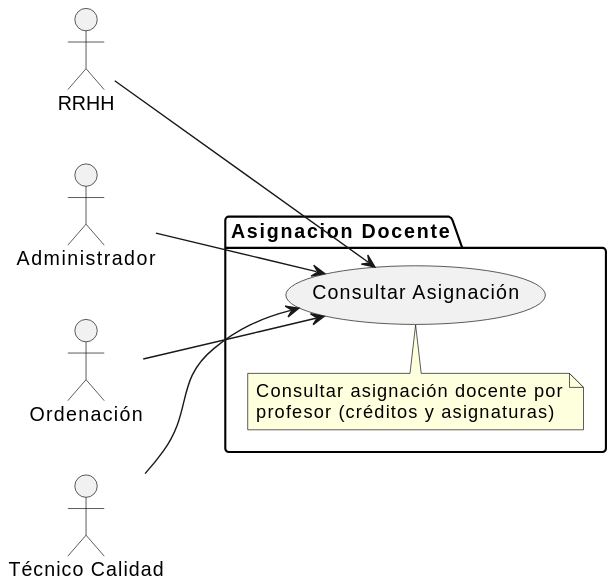
This is images/modelosUML/CdU/Individuales/ConsultarProfesor.svg from mmasias/24-25-IdSw1-SDR, a PlantUML export, as it was before one commit. Its diagram source:
```plantuml
@startuml
left to right direction

actor "RRHH" as rrhh
actor "Administrador" as admin
actor "Ordenación" as ord
actor "Técnico Calidad" as tec

package "Asignacion Docente" as porProfPackage {
    usecase "Consultar Asignación" as consProf
    note top of consProf
        Consultar asignación docente por
        profesor (créditos y asignaturas)
    end note
}

rrhh --> consProf
admin --> consProf
ord --> consProf
tec --> consProf
@enduml
```
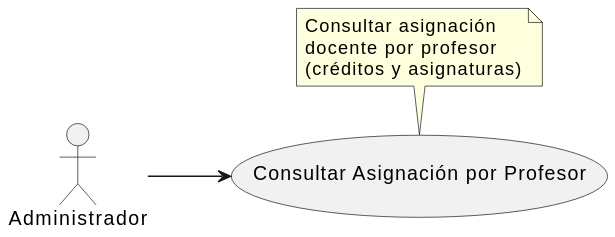
Later version of the same file.

The edit, as a diff of the source:
```diff
@@ -1,21 +1,14 @@
 @startuml
 left to right direction
 
-actor "RRHH" as rrhh
 actor "Administrador" as admin
-actor "Ordenación" as ord
-actor "Técnico Calidad" as tec
 
-package "Asignacion Docente" as porProfPackage {
-    usecase "Consultar Asignación" as consProf
-    note top of consProf
-        Consultar asignación docente por
-        profesor (créditos y asignaturas)
-    end note
-}
+usecase "Consultar Asignación por Profesor" as consProf
+note top of consProf
+    Consultar asignación
+    docente por profesor
+    (créditos y asignaturas)
+end note
 
-rrhh --> consProf
 admin --> consProf
-ord --> consProf
-tec --> consProf
 @enduml
```
